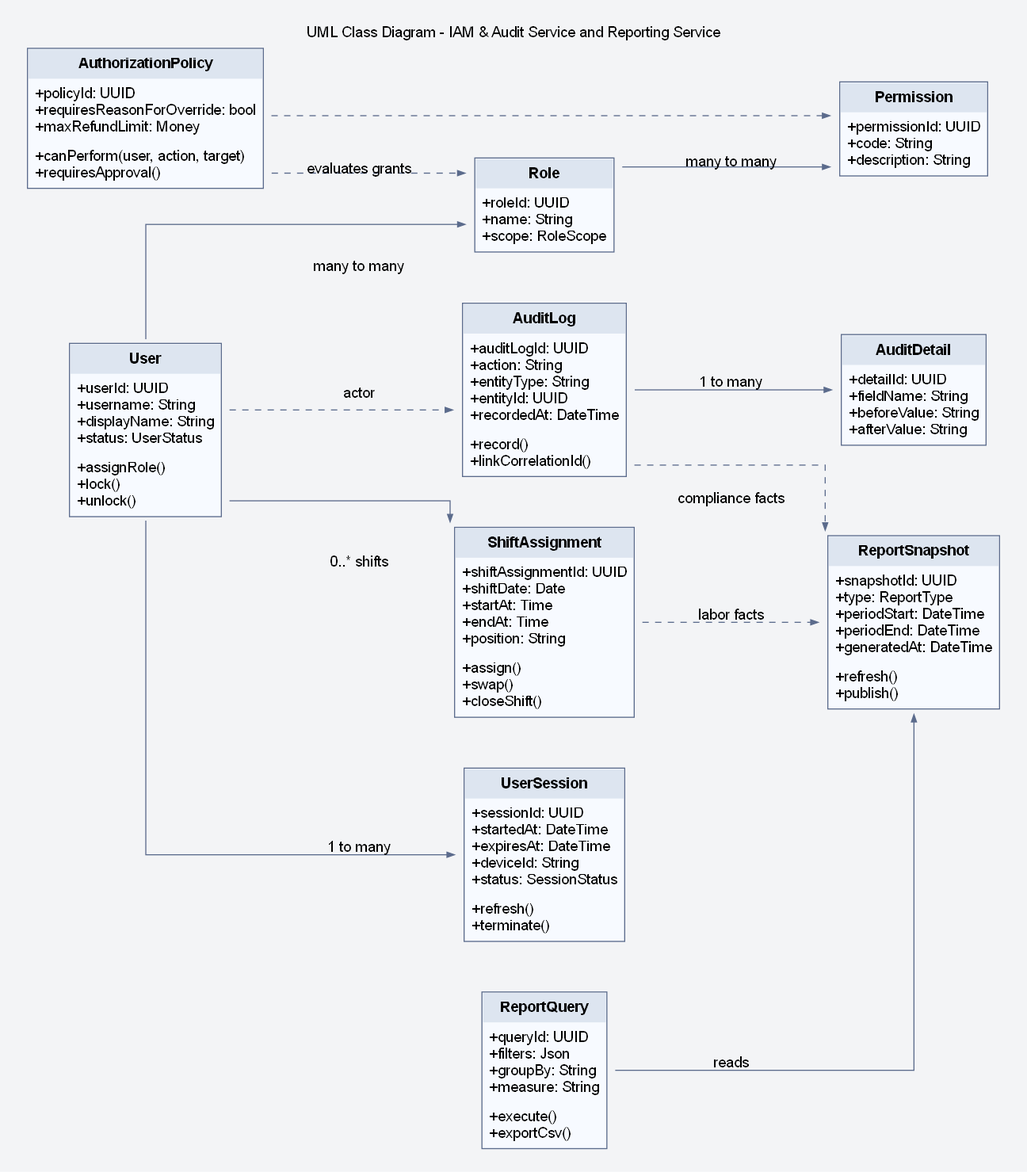
Earlier version of the Graphviz export assets/diagrams/rendered/design/31_uml_class_diagram_identity_audit_and_reporting_module.png (lehoangluan1/SA_IRMS). Its source is kept beside it as assets/diagrams/source/design/31_uml_class_diagram_identity_audit_and_reporting_module.dot.
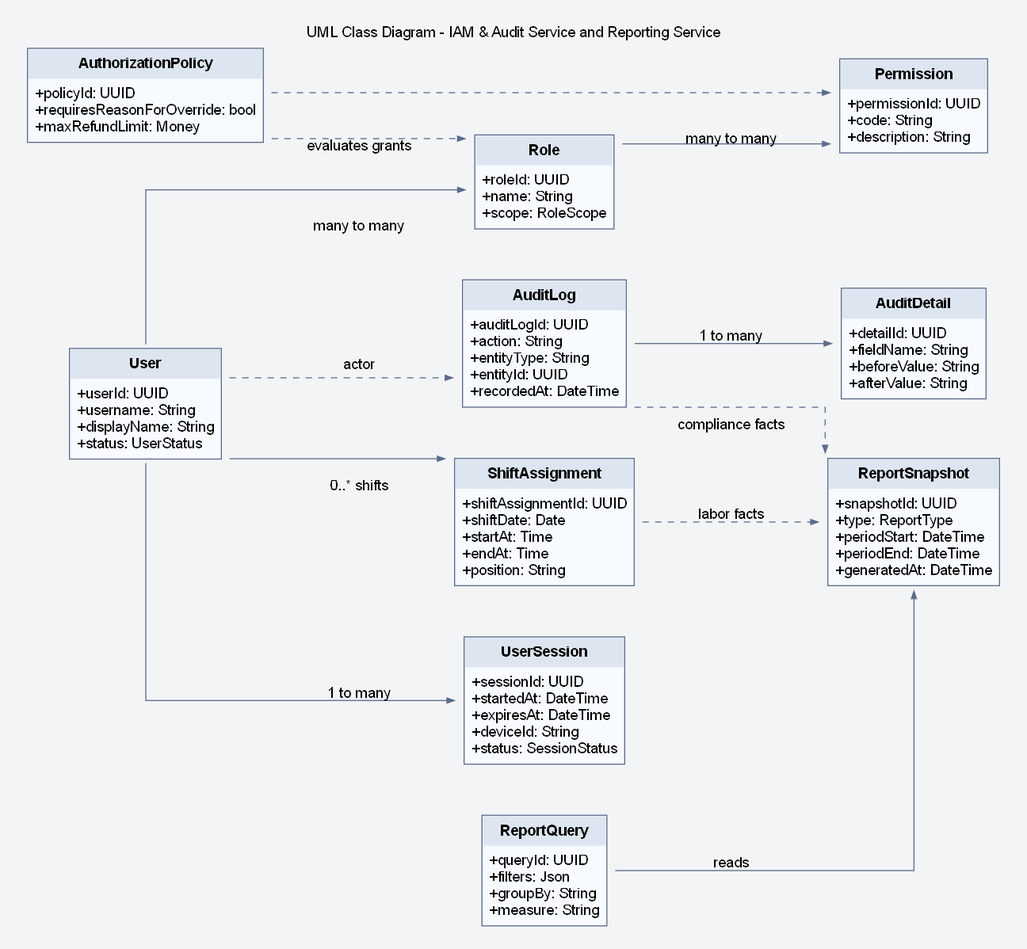
After the commit.

The edit, as a diff of the source:
```diff
@@ -11,7 +11,6 @@
 <TABLE BORDER="1" CELLBORDER="0" CELLSPACING="0" CELLPADDING="6" COLOR="#5B6B8C" BGCOLOR="#F7FAFF">
 <TR><TD BGCOLOR="#DDE5F0"><B>User</B></TD></TR>
 <TR><TD ALIGN="LEFT" BALIGN="LEFT">+userId: UUID<BR ALIGN='LEFT'/>+username: String<BR ALIGN='LEFT'/>+displayName: String<BR ALIGN='LEFT'/>+status: UserStatus</TD></TR>
-<TR><TD ALIGN="LEFT" BALIGN="LEFT">+assignRole()<BR ALIGN='LEFT'/>+lock()<BR ALIGN='LEFT'/>+unlock()</TD></TR>
 </TABLE>
 >];
 Role [label=<
@@ -32,21 +31,18 @@
 <TABLE BORDER="1" CELLBORDER="0" CELLSPACING="0" CELLPADDING="6" COLOR="#5B6B8C" BGCOLOR="#F7FAFF">
 <TR><TD BGCOLOR="#DDE5F0"><B>UserSession</B></TD></TR>
 <TR><TD ALIGN="LEFT" BALIGN="LEFT">+sessionId: UUID<BR ALIGN='LEFT'/>+startedAt: DateTime<BR ALIGN='LEFT'/>+expiresAt: DateTime<BR ALIGN='LEFT'/>+deviceId: String<BR ALIGN='LEFT'/>+status: SessionStatus</TD></TR>
-<TR><TD ALIGN="LEFT" BALIGN="LEFT">+refresh()<BR ALIGN='LEFT'/>+terminate()</TD></TR>
 </TABLE>
 >];
 AuthorizationPolicy [label=<
 <TABLE BORDER="1" CELLBORDER="0" CELLSPACING="0" CELLPADDING="6" COLOR="#5B6B8C" BGCOLOR="#F7FAFF">
 <TR><TD BGCOLOR="#DDE5F0"><B>AuthorizationPolicy</B></TD></TR>
 <TR><TD ALIGN="LEFT" BALIGN="LEFT">+policyId: UUID<BR ALIGN='LEFT'/>+requiresReasonForOverride: bool<BR ALIGN='LEFT'/>+maxRefundLimit: Money</TD></TR>
-<TR><TD ALIGN="LEFT" BALIGN="LEFT">+canPerform(user, action, target)<BR ALIGN='LEFT'/>+requiresApproval()</TD></TR>
 </TABLE>
 >];
 AuditLog [label=<
 <TABLE BORDER="1" CELLBORDER="0" CELLSPACING="0" CELLPADDING="6" COLOR="#5B6B8C" BGCOLOR="#F7FAFF">
 <TR><TD BGCOLOR="#DDE5F0"><B>AuditLog</B></TD></TR>
 <TR><TD ALIGN="LEFT" BALIGN="LEFT">+auditLogId: UUID<BR ALIGN='LEFT'/>+action: String<BR ALIGN='LEFT'/>+entityType: String<BR ALIGN='LEFT'/>+entityId: UUID<BR ALIGN='LEFT'/>+recordedAt: DateTime</TD></TR>
-<TR><TD ALIGN="LEFT" BALIGN="LEFT">+record()<BR ALIGN='LEFT'/>+linkCorrelationId()</TD></TR>
 </TABLE>
 >];
 AuditDetail [label=<
@@ -60,21 +56,18 @@
 <TABLE BORDER="1" CELLBORDER="0" CELLSPACING="0" CELLPADDING="6" COLOR="#5B6B8C" BGCOLOR="#F7FAFF">
 <TR><TD BGCOLOR="#DDE5F0"><B>ShiftAssignment</B></TD></TR>
 <TR><TD ALIGN="LEFT" BALIGN="LEFT">+shiftAssignmentId: UUID<BR ALIGN='LEFT'/>+shiftDate: Date<BR ALIGN='LEFT'/>+startAt: Time<BR ALIGN='LEFT'/>+endAt: Time<BR ALIGN='LEFT'/>+position: String</TD></TR>
-<TR><TD ALIGN="LEFT" BALIGN="LEFT">+assign()<BR ALIGN='LEFT'/>+swap()<BR ALIGN='LEFT'/>+closeShift()</TD></TR>
 </TABLE>
 >];
 ReportSnapshot [label=<
 <TABLE BORDER="1" CELLBORDER="0" CELLSPACING="0" CELLPADDING="6" COLOR="#5B6B8C" BGCOLOR="#F7FAFF">
 <TR><TD BGCOLOR="#DDE5F0"><B>ReportSnapshot</B></TD></TR>
 <TR><TD ALIGN="LEFT" BALIGN="LEFT">+snapshotId: UUID<BR ALIGN='LEFT'/>+type: ReportType<BR ALIGN='LEFT'/>+periodStart: DateTime<BR ALIGN='LEFT'/>+periodEnd: DateTime<BR ALIGN='LEFT'/>+generatedAt: DateTime</TD></TR>
-<TR><TD ALIGN="LEFT" BALIGN="LEFT">+refresh()<BR ALIGN='LEFT'/>+publish()</TD></TR>
 </TABLE>
 >];
 ReportQuery [label=<
 <TABLE BORDER="1" CELLBORDER="0" CELLSPACING="0" CELLPADDING="6" COLOR="#5B6B8C" BGCOLOR="#F7FAFF">
 <TR><TD BGCOLOR="#DDE5F0"><B>ReportQuery</B></TD></TR>
 <TR><TD ALIGN="LEFT" BALIGN="LEFT">+queryId: UUID<BR ALIGN='LEFT'/>+filters: Json<BR ALIGN='LEFT'/>+groupBy: String<BR ALIGN='LEFT'/>+measure: String</TD></TR>
-<TR><TD ALIGN="LEFT" BALIGN="LEFT">+execute()<BR ALIGN='LEFT'/>+exportCsv()</TD></TR>
 </TABLE>
 >];
 
```
